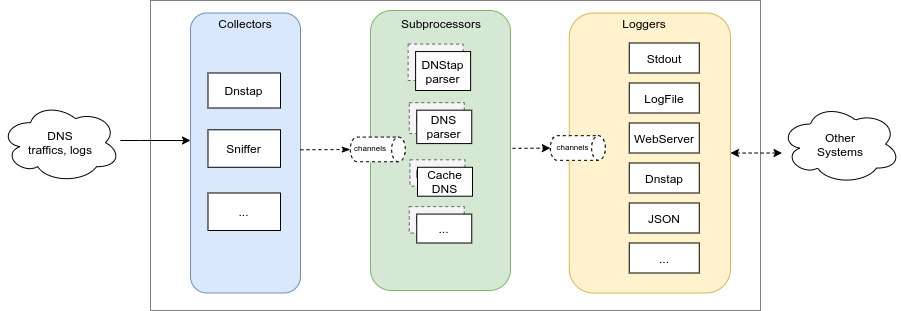
The draw.io diagram doc/overview.png in dmachard/go-dnscollector, before a commit. Source tidied: cells renumbered, new cells last; positions are measured from the earlier drawing's top-left corner, leaving out a move shared by most shapes.
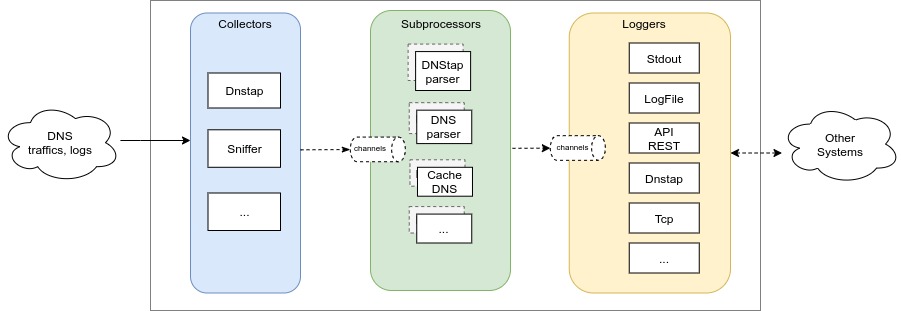
The same diagram one commit later.

The edit, as a diff of the source:
```diff
@@ -26,7 +26,7 @@
     <mxCell id="9" value="LogFile" style="rounded=0;whiteSpace=wrap;html=1;" parent="1" vertex="1">
       <mxGeometry x="628.8" y="82.5" width="70" height="30" as="geometry" />
     </mxCell>
-    <mxCell id="10" value="WebServer" style="rounded=0;whiteSpace=wrap;html=1;" parent="1" vertex="1">
+    <mxCell id="10" value="API&lt;br&gt;REST" style="rounded=0;whiteSpace=wrap;html=1;" parent="1" vertex="1">
       <mxGeometry x="628.8" y="122.5" width="70" height="30" as="geometry" />
     </mxCell>
     <mxCell id="11" value="Dnstap" style="rounded=0;whiteSpace=wrap;html=1;" parent="1" vertex="1">
@@ -56,7 +56,7 @@
     <mxCell id="16" value="..." style="rounded=0;whiteSpace=wrap;html=1;" parent="1" vertex="1">
       <mxGeometry x="628.8" y="242.5" width="70" height="30" as="geometry" />
     </mxCell>
-    <mxCell id="17" value="JSON" style="rounded=0;whiteSpace=wrap;html=1;" parent="1" vertex="1">
+    <mxCell id="17" value="Tcp" style="rounded=0;whiteSpace=wrap;html=1;" parent="1" vertex="1">
       <mxGeometry x="628.8" y="202.5" width="70" height="30" as="geometry" />
     </mxCell>
     <mxCell id="18" style="edgeStyle=orthogonalEdgeStyle;rounded=0;jettySize=auto;html=1;dashed=1;" parent="1" edge="1" target="34">
```
